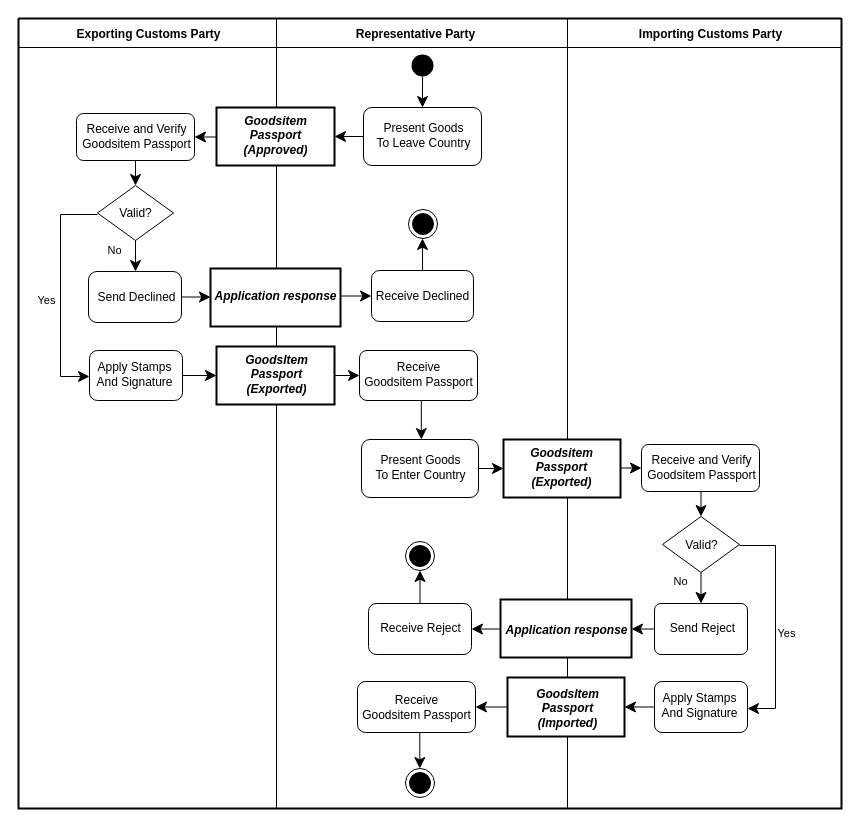
The draw.io diagram diagrams/UBL-2.3-GoodsItemPassportPresentationProcess/UBL-2.3-GoodsItemPassportPresentationProcess.drawio in kduvekot/ubl-work-on-svg-images, before the edit. Source tidied: cells renumbered, new cells numbered last; positions are measured from the earlier drawing's top-left corner, leaving out a move shared by most shapes. Both pictures are drawn from the tidied source at 100%, with x=0, y=0 at pixel (18, 18).
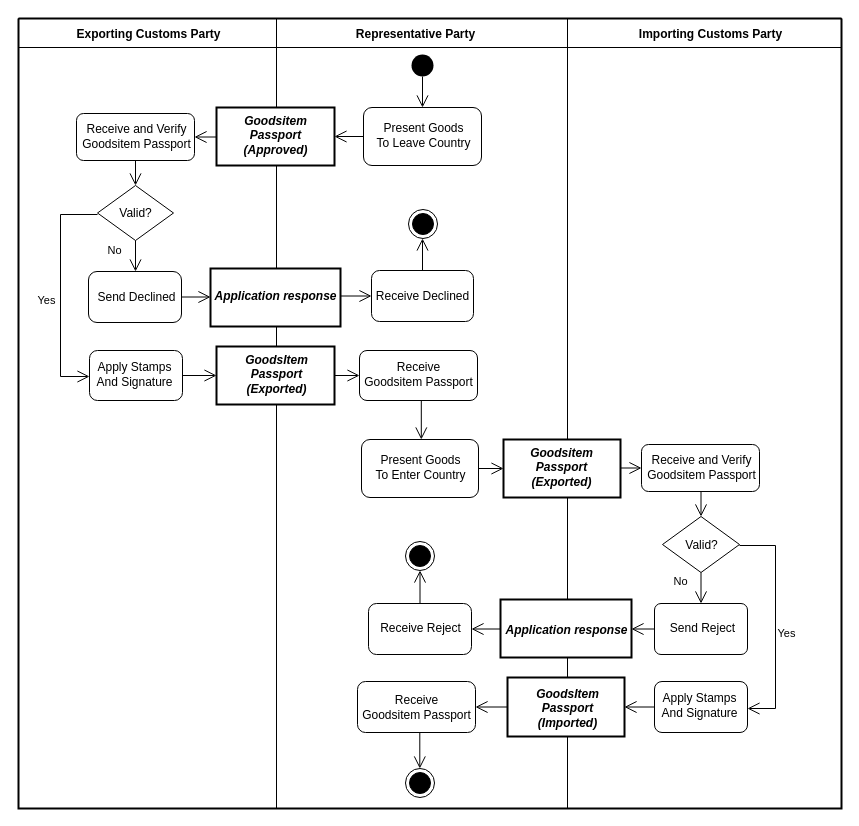
The same diagram, later.

Unchanged cells that the change refers to:
```xml
<mxCell id="2" style="swimlane;html=1;startSize=0;whiteSpace=wrap;fillColor=none;strokeWidth=2;" parent="1" vertex="1">
<mxCell id="3" value="Exporting Customs Party" style="swimlane;horizontal=1;startSize=29;swimlaneLine=1;spacingTop=2;html=1;fillColor=none;fontStyle=1;spacing=0;spacingLeft=2;" parent="2" vertex="1">
<mxCell id="4" value="Representative Party" style="swimlane;horizontal=1;startSize=29;swimlaneLine=1;spacingTop=3;html=1;fillColor=none;fontStyle=1;spacing=0;spacingRight=13;" parent="2" vertex="1">
<mxCell id="5" value="Importing Customs Party" style="swimlane;horizontal=1;startSize=29;swimlaneLine=1;spacingTop=3;html=1;fillColor=none;fontStyle=1;spacing=0;spacingLeft=12;" parent="2" vertex="1">
<mxCell id="6" style="ellipse;shape=startState;fillColor=#000000;strokeColor=none;html=1;" parent="4" vertex="1">
<mxCell id="7" value="Goodsitem&lt;br&gt;Passport&lt;br&gt;(Approved)" style="rounded=0;html=1;whiteSpace=nowrap;fontStyle=3;align=center;verticalAlign=middle;spacing=0;spacingRight=1;spacingBottom=2;strokeWidth=2;" parent="4" vertex="1">
<mxCell id="8" value="Present Goods&lt;br&gt;To Leave Country" style="rounded=1;absoluteArcSize=1;arcSize=17;html=1;whiteSpace=nowrap;fontStyle=0;align=center;verticalAlign=middle;spacing=0;spacingLeft=1;spacingBottom=3;" parent="4" vertex="1">
<mxCell id="9" value="Receive and Verify&lt;br&gt;Goodsitem Passport" style="rounded=1;absoluteArcSize=1;arcSize=14;html=1;whiteSpace=nowrap;fontStyle=0;align=center;verticalAlign=middle;spacing=0;spacingLeft=2;spacingBottom=2;" parent="3" vertex="1">
<mxCell id="10" value="Valid?" style="rhombus;html=1;whiteSpace=nowrap;fontStyle=0;align=center;verticalAlign=middle;spacing=0;spacingTop=1;" parent="3" vertex="1">
<mxCell id="11" style="ellipse;shape=endState;fillColor=#000000;html=1;" parent="4" vertex="1">
<mxCell id="12" value="Application response" style="rounded=0;html=1;whiteSpace=nowrap;fontStyle=3;align=center;verticalAlign=middle;spacing=0;spacingBottom=2;strokeWidth=2;" parent="4" vertex="1">
<mxCell id="13" value="Send Declined" style="rounded=1;absoluteArcSize=1;arcSize=17;html=1;whiteSpace=nowrap;fontStyle=0;align=center;verticalAlign=middle;spacing=0;spacingLeft=2;" parent="3" vertex="1">
<mxCell id="14" value="Receive Declined" style="rounded=1;absoluteArcSize=1;arcSize=16;html=1;whiteSpace=nowrap;fontStyle=0;align=center;verticalAlign=middle;spacing=0;" parent="4" vertex="1">
<mxCell id="15" value="GoodsItem&lt;br&gt;Passport&lt;br&gt;(Exported)" style="rounded=0;html=1;whiteSpace=nowrap;fontStyle=3;align=center;verticalAlign=middle;spacing=0;spacingLeft=2;spacingBottom=2;strokeWidth=2;" parent="4" vertex="1">
<mxCell id="16" value="Apply Stamps&lt;br&gt;And Signature" style="rounded=1;absoluteArcSize=1;arcSize=16;html=1;whiteSpace=nowrap;fontStyle=0;align=center;verticalAlign=middle;spacing=0;spacingRight=4;spacingBottom=2;" parent="3" vertex="1">
<mxCell id="17" value="Receive&lt;br&gt;Goodsitem Passport" style="rounded=1;absoluteArcSize=1;arcSize=15;html=1;whiteSpace=nowrap;fontStyle=0;align=center;verticalAlign=middle;spacing=0;spacingRight=1;spacingBottom=2;" parent="4" vertex="1">
<mxCell id="18" value="Present Goods&lt;br&gt;To Enter Country" style="rounded=1;absoluteArcSize=1;arcSize=17;html=1;whiteSpace=nowrap;fontStyle=0;align=center;verticalAlign=middle;spacing=0;spacingLeft=1;spacingBottom=2;" parent="4" vertex="1">
<mxCell id="19" value="Goodsitem&lt;br&gt;Passport&lt;br&gt;(Exported)" style="rounded=0;html=1;whiteSpace=nowrap;fontStyle=3;align=center;verticalAlign=middle;spacing=0;spacingRight=1;spacingBottom=2;strokeWidth=2;" parent="5" vertex="1">
<mxCell id="20" value="Receive and Verify&lt;br&gt;Goodsitem Passport" style="rounded=1;absoluteArcSize=1;arcSize=14;html=1;whiteSpace=nowrap;fontStyle=0;align=center;verticalAlign=middle;spacing=0;spacingLeft=2;spacingBottom=2;" parent="5" vertex="1">
<mxCell id="21" value="Valid?" style="rhombus;html=1;whiteSpace=nowrap;fontStyle=0;align=center;verticalAlign=middle;spacing=0;spacingTop=1;" parent="5" vertex="1">
<mxCell id="22" style="ellipse;shape=endState;fillColor=#000000;html=1;" parent="4" vertex="1">
<mxCell id="23" value="Application response" style="rounded=0;html=1;whiteSpace=nowrap;fontStyle=3;align=center;verticalAlign=middle;spacing=0;spacingTop=3;strokeWidth=2;" parent="5" vertex="1">
<mxCell id="24" value="Receive Reject" style="rounded=1;absoluteArcSize=1;arcSize=16;html=1;whiteSpace=nowrap;fontStyle=0;align=center;verticalAlign=middle;spacing=0;spacingLeft=1;spacingBottom=2;" parent="4" vertex="1">
<mxCell id="25" value="Send Reject" style="rounded=1;absoluteArcSize=1;arcSize=13;html=1;whiteSpace=nowrap;fontStyle=0;align=center;verticalAlign=middle;spacing=0;spacingLeft=3;spacingBottom=1;" parent="5" vertex="1">
<mxCell id="26" value="GoodsItem&lt;br&gt;Passport&lt;br&gt;(Imported)" style="rounded=0;html=1;whiteSpace=nowrap;fontStyle=3;align=center;verticalAlign=middle;spacing=0;spacingLeft=2;spacingTop=2;strokeWidth=2;" parent="5" vertex="1">
<mxCell id="27" value="Receive&lt;br&gt;Goodsitem Passport" style="rounded=1;absoluteArcSize=1;arcSize=16;html=1;whiteSpace=nowrap;fontStyle=0;align=center;verticalAlign=middle;spacing=0;spacingRight=1;" parent="4" vertex="1">
<mxCell id="28" value="Apply Stamps&lt;br&gt;And Signature" style="rounded=1;absoluteArcSize=1;arcSize=15;html=1;whiteSpace=nowrap;fontStyle=0;align=center;verticalAlign=middle;spacing=0;spacingRight=4;spacingBottom=4;" parent="5" vertex="1">
<mxCell id="29" style="ellipse;shape=endState;fillColor=#000000;html=1;" parent="4" vertex="1">
```

Change to the diagram source:
```diff
@@
-    <mxCell id="30" style="edgeStyle=none;rounded=0;html=1;endArrow=classic;endFill=1;endSize=9;exitX=0.5;exitY=0.8675;exitPerimeter=0;entryX=0.5;entryY=0;entryPerimeter=0;" parent="4" edge="1" source="6" target="8">
+    <mxCell id="30" style="edgeStyle=none;rounded=0;html=1;endArrow=open;endFill=0;endSize=10;exitX=0.5;exitY=0.8675;exitPerimeter=0;entryX=0.5;entryY=0;entryPerimeter=0;" parent="4" edge="1" source="6" target="8">
       <mxGeometry relative="1" as="geometry" />
     </mxCell>
-    <mxCell id="31" style="edgeStyle=none;rounded=0;html=1;endArrow=classic;endFill=1;endSize=9;exitPerimeter=0;entryX=1;entryY=0.5;entryPerimeter=0;exitX=0;exitY=0.508621;" parent="2" edge="1" source="7" target="9">
+    <mxCell id="31" style="edgeStyle=none;rounded=0;html=1;endArrow=open;endFill=0;endSize=10;exitPerimeter=0;entryX=1;entryY=0.5;entryPerimeter=0;exitX=0;exitY=0.508621;" parent="2" edge="1" source="7" target="9">
       <mxGeometry relative="1" as="geometry" />
     </mxCell>
-    <mxCell id="32" style="edgeStyle=none;rounded=0;html=1;endArrow=classic;endFill=1;endSize=9;exitX=0;exitY=0.5;exitPerimeter=0;entryX=1;entryY=0.5;entryPerimeter=0;" parent="4" edge="1" source="8" target="7">
+    <mxCell id="32" style="edgeStyle=none;rounded=0;html=1;endArrow=open;endFill=0;endSize=10;exitX=0;exitY=0.5;exitPerimeter=0;entryX=1;entryY=0.5;entryPerimeter=0;" parent="4" edge="1" source="8" target="7">
       <mxGeometry relative="1" as="geometry" />
     </mxCell>
-    <mxCell id="33" style="edgeStyle=none;rounded=0;html=1;endArrow=classic;endFill=1;endSize=9;exitX=0.5;exitY=1;exitPerimeter=0;entryX=0.5;entryY=0;entryPerimeter=0;" parent="3" edge="1" source="9" target="10">
+    <mxCell id="33" style="edgeStyle=none;rounded=0;html=1;endArrow=open;endFill=0;endSize=10;exitX=0.5;exitY=1;exitPerimeter=0;entryX=0.5;entryY=0;entryPerimeter=0;" parent="3" edge="1" source="9" target="10">
       <mxGeometry relative="1" as="geometry" />
     </mxCell>
-    <mxCell id="34" value="Yes" style="edgeStyle=orthogonalEdgeStyle;rounded=0;html=1;endArrow=classic;endFill=1;endSize=9;exitPerimeter=0;entryPerimeter=0;fontStyle=0;align=center;verticalAlign=middle;labelBackgroundColor=none;exitX=0;exitY=0.527273;entryX=0;entryY=0.52;" parent="3" edge="1" source="10" target="16">
+    <mxCell id="34" value="Yes" style="edgeStyle=orthogonalEdgeStyle;rounded=0;html=1;endArrow=open;endFill=0;endSize=10;exitPerimeter=0;entryPerimeter=0;fontStyle=0;align=center;verticalAlign=middle;labelBackgroundColor=none;exitX=0;exitY=0.527273;entryX=0;entryY=0.52;" parent="3" edge="1" source="10" target="16">
       <mxGeometry x="0.08" relative="1" as="geometry">
         <Array as="points">
           <mxPoint x="42" y="196" />
           <mxPoint x="42" y="358" />
         </Array>
         <mxPoint x="-14" as="offset" />
       </mxGeometry>
     </mxCell>
-    <mxCell id="35" style="edgeStyle=none;rounded=0;html=1;endArrow=classic;endFill=1;endSize=9;exitX=0.5;exitY=0;exitPerimeter=0;entryPerimeter=0;entryX=0.482759;entryY=1;" parent="4" edge="1" source="14" target="11">
+    <mxCell id="35" style="edgeStyle=none;rounded=0;html=1;endArrow=open;endFill=0;endSize=10;exitX=0.5;exitY=0;exitPerimeter=0;entryPerimeter=0;entryX=0.482759;entryY=1;" parent="4" edge="1" source="14" target="11">
       <mxGeometry relative="1" as="geometry" />
     </mxCell>
-    <mxCell id="36" value="No" style="edgeStyle=none;rounded=0;html=1;endArrow=classic;endFill=1;endSize=9;exitX=0.5;exitY=1;exitPerimeter=0;entryPerimeter=0;fontStyle=0;align=center;verticalAlign=middle;labelBackgroundColor=none;entryX=0.505376;entryY=0;" parent="3" edge="1" source="10" target="13">
+    <mxCell id="36" value="No" style="edgeStyle=none;rounded=0;html=1;endArrow=open;endFill=0;endSize=10;exitX=0.5;exitY=1;exitPerimeter=0;entryPerimeter=0;fontStyle=0;align=center;verticalAlign=middle;labelBackgroundColor=none;entryX=0.505376;entryY=0;" parent="3" edge="1" source="10" target="13">
       <mxGeometry x="-0.38" relative="1" as="geometry">
         <mxPoint x="-21" as="offset" />
       </mxGeometry>
     </mxCell>
-    <mxCell id="37" style="edgeStyle=none;rounded=0;html=1;endArrow=classic;endFill=1;endSize=9;exitPerimeter=0;entryX=0;entryY=0.5;entryPerimeter=0;exitX=1;exitY=0.474138;" parent="4" edge="1" source="12" target="14">
+    <mxCell id="37" style="edgeStyle=none;rounded=0;html=1;endArrow=open;endFill=0;endSize=10;exitPerimeter=0;entryX=0;entryY=0.5;entryPerimeter=0;exitX=1;exitY=0.474138;" parent="4" edge="1" source="12" target="14">
       <mxGeometry relative="1" as="geometry" />
     </mxCell>
-    <mxCell id="38" style="edgeStyle=none;rounded=0;html=1;endArrow=classic;endFill=1;endSize=9;exitX=1;exitY=0.5;exitPerimeter=0;entryPerimeter=0;entryX=0;entryY=0.491379;" parent="2" edge="1" source="13" target="12">
+    <mxCell id="38" style="edgeStyle=none;rounded=0;html=1;endArrow=open;endFill=0;endSize=10;exitX=1;exitY=0.5;exitPerimeter=0;entryPerimeter=0;entryX=0;entryY=0.491379;" parent="2" edge="1" source="13" target="12">
       <mxGeometry relative="1" as="geometry" />
     </mxCell>
-    <mxCell id="39" style="edgeStyle=none;rounded=0;html=1;endArrow=classic;endFill=1;endSize=9;exitX=1;exitY=0.5;exitPerimeter=0;entryX=0;entryY=0.5;entryPerimeter=0;" parent="2" edge="1" source="16" target="15">
+    <mxCell id="39" style="edgeStyle=none;rounded=0;html=1;endArrow=open;endFill=0;endSize=10;exitX=1;exitY=0.5;exitPerimeter=0;entryX=0;entryY=0.5;entryPerimeter=0;" parent="2" edge="1" source="16" target="15">
       <mxGeometry relative="1" as="geometry" />
     </mxCell>
-    <mxCell id="40" style="edgeStyle=none;rounded=0;html=1;endArrow=classic;endFill=1;endSize=9;exitX=1;exitY=0.5;exitPerimeter=0;entryX=0;entryY=0.5;entryPerimeter=0;" parent="4" edge="1" source="15" target="17">
+    <mxCell id="40" style="edgeStyle=none;rounded=0;html=1;endArrow=open;endFill=0;endSize=10;exitX=1;exitY=0.5;exitPerimeter=0;entryX=0;entryY=0.5;entryPerimeter=0;" parent="4" edge="1" source="15" target="17">
       <mxGeometry relative="1" as="geometry" />
     </mxCell>
-    <mxCell id="41" style="edgeStyle=none;rounded=0;html=1;endArrow=classic;endFill=1;endSize=9;exitPerimeter=0;entryX=0.5111;entryY=0;entryPerimeter=0;exitX=0.523718;exitY=1;" parent="4" edge="1" source="17" target="18">
+    <mxCell id="41" style="edgeStyle=none;rounded=0;html=1;endArrow=open;endFill=0;endSize=10;exitPerimeter=0;entryX=0.5111;entryY=0;entryPerimeter=0;exitX=0.523718;exitY=1;" parent="4" edge="1" source="17" target="18">
       <mxGeometry relative="1" as="geometry" />
     </mxCell>
-    <mxCell id="42" style="edgeStyle=none;rounded=0;html=1;endArrow=classic;endFill=1;endSize=9;exitX=1;exitY=0.5;exitPerimeter=0;entryX=0;entryY=0.5;entryPerimeter=0;" parent="2" edge="1" source="18" target="19">
+    <mxCell id="42" style="edgeStyle=none;rounded=0;html=1;endArrow=open;endFill=0;endSize=10;exitX=1;exitY=0.5;exitPerimeter=0;entryX=0;entryY=0.5;entryPerimeter=0;" parent="2" edge="1" source="18" target="19">
       <mxGeometry relative="1" as="geometry" />
     </mxCell>
-    <mxCell id="43" style="edgeStyle=none;rounded=0;html=1;endArrow=classic;endFill=1;endSize=9;exitPerimeter=0;entryX=0;entryY=0.5;entryPerimeter=0;exitX=1;exitY=0.491379;" parent="5" edge="1" source="19" target="20">
+    <mxCell id="43" style="edgeStyle=none;rounded=0;html=1;endArrow=open;endFill=0;endSize=10;exitPerimeter=0;entryX=0;entryY=0.5;entryPerimeter=0;exitX=1;exitY=0.491379;" parent="5" edge="1" source="19" target="20">
       <mxGeometry relative="1" as="geometry" />
     </mxCell>
-    <mxCell id="44" style="edgeStyle=none;rounded=0;html=1;endArrow=classic;endFill=1;endSize=9;exitPerimeter=0;entryX=0.5;entryY=0;entryPerimeter=0;exitX=0.504237;exitY=1;" parent="5" edge="1" source="20" target="21">
+    <mxCell id="44" style="edgeStyle=none;rounded=0;html=1;endArrow=open;endFill=0;endSize=10;exitPerimeter=0;entryX=0.5;entryY=0;entryPerimeter=0;exitX=0.504237;exitY=1;" parent="5" edge="1" source="20" target="21">
       <mxGeometry relative="1" as="geometry" />
     </mxCell>
-    <mxCell id="45" value="Yes" style="edgeStyle=orthogonalEdgeStyle;rounded=0;html=1;endArrow=classic;endFill=1;endSize=9;exitPerimeter=0;entryPerimeter=0;fontStyle=0;align=center;verticalAlign=middle;labelBackgroundColor=none;exitX=1;exitY=0.517857;entryX=1;entryY=0.529412;" parent="5" edge="1" source="21" target="28">
+    <mxCell id="45" value="Yes" style="edgeStyle=orthogonalEdgeStyle;rounded=0;html=1;endArrow=open;endFill=0;endSize=10;exitPerimeter=0;entryPerimeter=0;fontStyle=0;align=center;verticalAlign=middle;labelBackgroundColor=none;exitX=1;exitY=0.517857;entryX=1;entryY=0.529412;" parent="5" edge="1" source="21" target="28">
       <mxGeometry x="0.09" relative="1" as="geometry">
         <Array as="points">
           <mxPoint x="208" y="527" />
           <mxPoint x="208" y="690" />
         </Array>
         <mxPoint x="11" as="offset" />
       </mxGeometry>
     </mxCell>
-    <mxCell id="46" style="edgeStyle=none;rounded=0;html=1;endArrow=classic;endFill=1;endSize=9;exitX=0.5;exitY=0;exitPerimeter=0;entryPerimeter=0;entryX=0.5;entryY=1;" parent="4" edge="1" source="24" target="22">
+    <mxCell id="46" style="edgeStyle=none;rounded=0;html=1;endArrow=open;endFill=0;endSize=10;exitX=0.5;exitY=0;exitPerimeter=0;entryPerimeter=0;entryX=0.5;entryY=1;" parent="4" edge="1" source="24" target="22">
       <mxGeometry relative="1" as="geometry" />
     </mxCell>
-    <mxCell id="47" value="No" style="edgeStyle=none;rounded=0;html=1;endArrow=classic;endFill=1;endSize=9;exitX=0.5;exitY=1;exitPerimeter=0;entryX=0.5;entryY=0;entryPerimeter=0;fontStyle=0;align=center;verticalAlign=middle;labelBackgroundColor=none;" parent="5" edge="1" source="21" target="25">
+    <mxCell id="47" value="No" style="edgeStyle=none;rounded=0;html=1;endArrow=open;endFill=0;endSize=10;exitX=0.5;exitY=1;exitPerimeter=0;entryX=0.5;entryY=0;entryPerimeter=0;fontStyle=0;align=center;verticalAlign=middle;labelBackgroundColor=none;" parent="5" edge="1" source="21" target="25">
       <mxGeometry x="-0.41" relative="1" as="geometry">
         <mxPoint x="-21" as="offset" />
       </mxGeometry>
     </mxCell>
-    <mxCell id="48" style="edgeStyle=none;rounded=0;html=1;endArrow=classic;endFill=1;endSize=9;exitPerimeter=0;entryX=1;entryY=0.5;entryPerimeter=0;exitX=0;exitY=0.508621;" parent="2" edge="1" source="23" target="24">
+    <mxCell id="48" style="edgeStyle=none;rounded=0;html=1;endArrow=open;endFill=0;endSize=10;exitPerimeter=0;entryX=1;entryY=0.5;entryPerimeter=0;exitX=0;exitY=0.508621;" parent="2" edge="1" source="23" target="24">
       <mxGeometry relative="1" as="geometry" />
     </mxCell>
-    <mxCell id="49" style="edgeStyle=none;rounded=0;html=1;endArrow=classic;endFill=1;endSize=9;exitX=0;exitY=0.5;exitPerimeter=0;entryPerimeter=0;entryX=1;entryY=0.508621;" parent="5" edge="1" source="25" target="23">
+    <mxCell id="49" style="edgeStyle=none;rounded=0;html=1;endArrow=open;endFill=0;endSize=10;exitX=0;exitY=0.5;exitPerimeter=0;entryPerimeter=0;entryX=1;entryY=0.508621;" parent="5" edge="1" source="25" target="23">
       <mxGeometry relative="1" as="geometry" />
     </mxCell>
-    <mxCell id="50" style="edgeStyle=none;rounded=0;html=1;endArrow=classic;endFill=1;endSize=9;exitX=0;exitY=0.5;exitPerimeter=0;entryX=1;entryY=0.5;entryPerimeter=0;" parent="2" edge="1" source="26" target="27">
+    <mxCell id="50" style="edgeStyle=none;rounded=0;html=1;endArrow=open;endFill=0;endSize=10;exitX=0;exitY=0.5;exitPerimeter=0;entryX=1;entryY=0.5;entryPerimeter=0;" parent="2" edge="1" source="26" target="27">
       <mxGeometry relative="1" as="geometry" />
     </mxCell>
-    <mxCell id="51" style="edgeStyle=none;rounded=0;html=1;endArrow=classic;endFill=1;endSize=9;exitX=0;exitY=0.5;exitPerimeter=0;entryX=1;entryY=0.5;entryPerimeter=0;" parent="5" edge="1" source="28" target="26">
+    <mxCell id="51" style="edgeStyle=none;rounded=0;html=1;endArrow=open;endFill=0;endSize=10;exitX=0;exitY=0.5;exitPerimeter=0;entryX=1;entryY=0.5;entryPerimeter=0;" parent="5" edge="1" source="28" target="26">
       <mxGeometry relative="1" as="geometry" />
     </mxCell>
-    <mxCell id="52" style="edgeStyle=none;rounded=0;html=1;endArrow=classic;endFill=1;endSize=9;exitPerimeter=0;entryX=0.4932;entryY=0;entryPerimeter=0;exitX=0.527989;exitY=1;" parent="4" edge="1" source="27" target="29">
+    <mxCell id="52" style="edgeStyle=none;rounded=0;html=1;endArrow=open;endFill=0;endSize=10;exitPerimeter=0;entryX=0.4932;entryY=0;entryPerimeter=0;exitX=0.527989;exitY=1;" parent="4" edge="1" source="27" target="29">
       <mxGeometry relative="1" as="geometry" />
     </mxCell>
```
